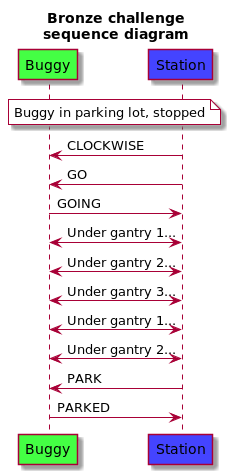
RobT00/BuggyDesignProjectTCD keeps this PlantUML diagram as doc/Sequence diagrams/Bronze.png. Above is the earlier version.
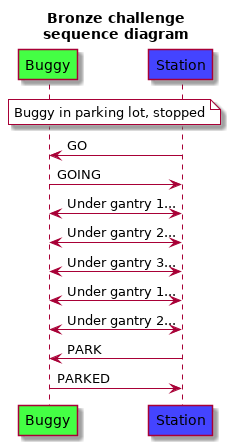
After the change.

The edit, as a diff of the source:
```diff
@@ -3,7 +3,6 @@
 participant Buggy as b #4f4
 participant Station as s #44f
 note over b, s #fff: Buggy in parking lot, stopped
-    s->b: CLOCKWISE
     s->b: GO
     s<-b: GOING
     s<->b: Under gantry 1...
```
